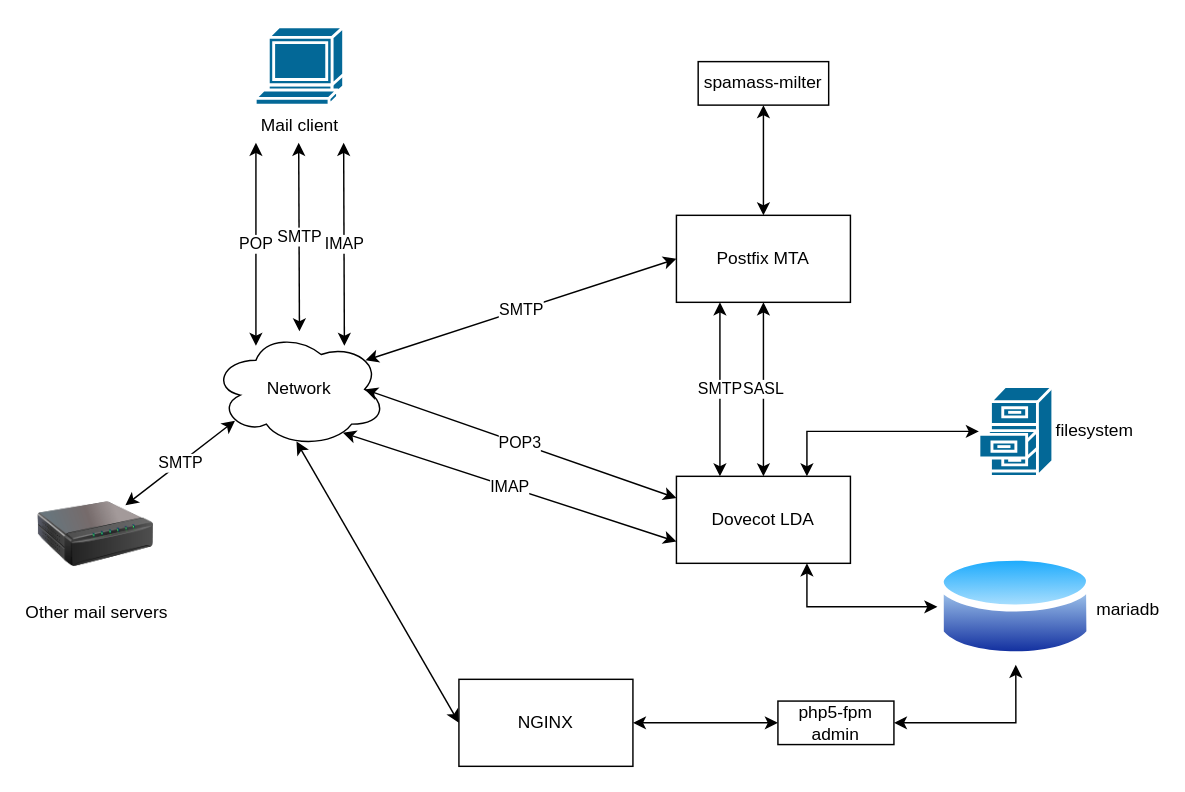
This is applications/emailsvr/email-detailed.drawio from jhu-information-security-institute/NwSec, a draw.io file, before an edit. Source tidied: cells renumbered, new cells numbered last; positions are measured from the earlier drawing's top-left corner, leaving out a move shared by most shapes. Both pictures are drawn from the tidied source at 145%, with x=0, y=0 at pixel (38, 26).
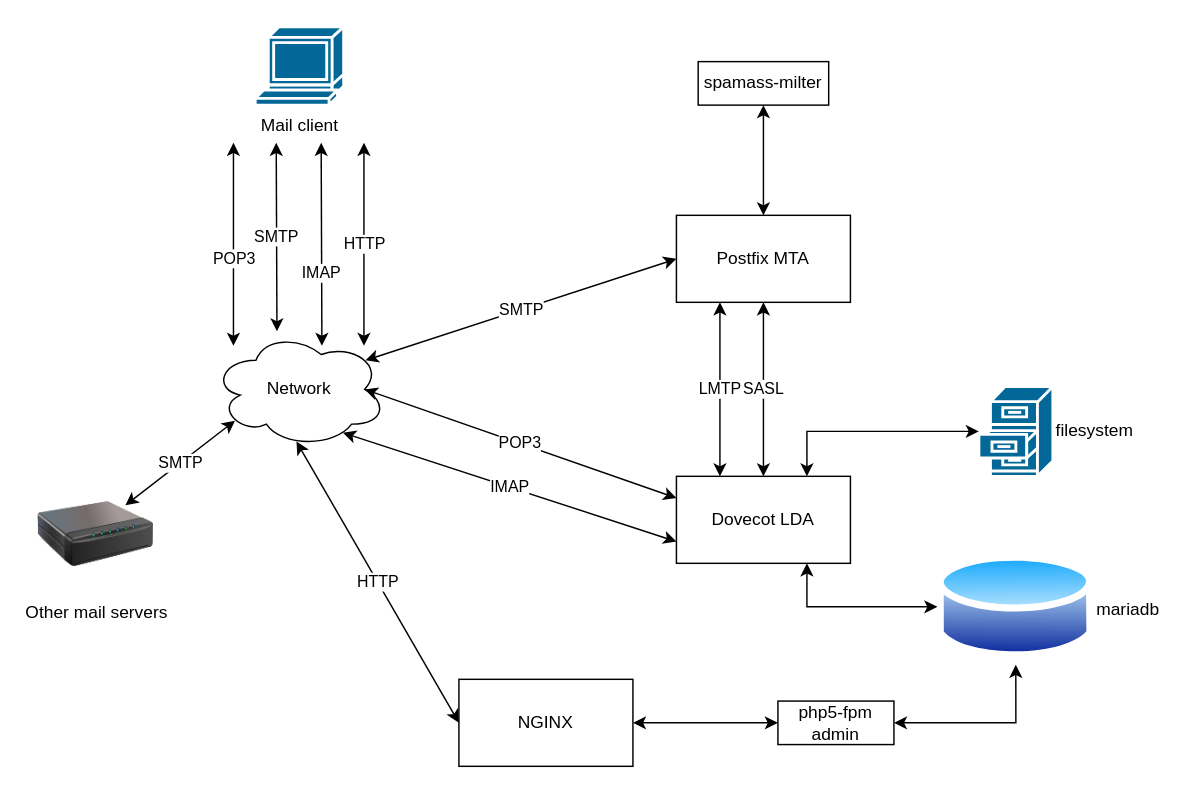
After the change.

Unchanged cells that the change refers to:
```xml
<mxCell id="2" value="Dovecot LDA" style="rounded=0;whiteSpace=wrap;html=1;" parent="1" vertex="1">
  <mxGeometry x="440" y="310" width="120" height="60" as="geometry" />
</mxCell>
<mxCell id="3" value="Postfix MTA" style="rounded=0;whiteSpace=wrap;html=1;" parent="1" vertex="1">
  <mxGeometry x="440" y="130" width="120" height="60" as="geometry" />
</mxCell>
<mxCell id="4" value="Network" style="ellipse;shape=cloud;whiteSpace=wrap;html=1;" parent="1" vertex="1">
  <mxGeometry x="120" y="210" width="120" height="80" as="geometry" />
</mxCell>
<mxCell id="16" value="NGINX" style="rounded=0;whiteSpace=wrap;html=1;" parent="1" vertex="1">
  <mxGeometry x="290" y="450" width="120" height="60" as="geometry" />
</mxCell>
```

Change to the diagram source:
```diff
@@
-    <mxCell id="9" value="SMTP" style="edgeStyle=none;rounded=0;jettySize=auto;html=1;entryX=0.25;entryY=1;entryDx=0;entryDy=0;startArrow=classic;startFill=1;exitX=0.25;exitY=0;exitDx=0;exitDy=0;" parent="1" edge="1" source="2" target="3">
+    <mxCell id="9" value="LMTP" style="edgeStyle=none;rounded=0;jettySize=auto;html=1;entryX=0.25;entryY=1;entryDx=0;entryDy=0;startArrow=classic;startFill=1;exitX=0.25;exitY=0;exitDx=0;exitDy=0;" parent="1" edge="1" source="2" target="3">
       <mxGeometry relative="1" as="geometry" />
     </mxCell>
@@
-    <mxCell id="12" value="POP" style="edgeStyle=none;rounded=0;orthogonalLoop=1;jettySize=auto;html=1;startArrow=classic;startFill=1;" parent="1" edge="1">
-      <mxGeometry relative="1" as="geometry">
-        <mxPoint x="150" y="80" as="sourcePoint" />
-        <mxPoint x="150" y="220" as="targetPoint" />
+    <mxCell id="12" value="POP3" style="edgeStyle=none;rounded=0;orthogonalLoop=1;jettySize=auto;html=1;startArrow=classic;startFill=1;" parent="1" edge="1">
+      <mxGeometry x="0.14" relative="1" as="geometry">
+        <mxPoint x="134.5" y="80" as="sourcePoint" />
+        <mxPoint x="134.5" y="220" as="targetPoint" />
       </mxGeometry>
     </mxCell>
     <mxCell id="13" value="SMTP" style="edgeStyle=none;rounded=0;orthogonalLoop=1;jettySize=auto;html=1;startArrow=classic;startFill=1;" parent="1" edge="1">
       <mxGeometry relative="1" as="geometry">
-        <mxPoint x="179.5" y="80" as="sourcePoint" />
-        <mxPoint x="180" y="210" as="targetPoint" />
+        <mxPoint x="164" y="80" as="sourcePoint" />
+        <mxPoint x="164.5" y="210" as="targetPoint" />
       </mxGeometry>
     </mxCell>
     <mxCell id="14" value="IMAP" style="edgeStyle=none;rounded=0;orthogonalLoop=1;jettySize=auto;html=1;startArrow=classic;startFill=1;" parent="1" edge="1">
-      <mxGeometry relative="1" as="geometry">
-        <mxPoint x="210.5" y="80" as="sourcePoint" />
-        <mxPoint x="211" y="220" as="targetPoint" />
+      <mxGeometry x="0.29" relative="1" as="geometry">
+        <mxPoint x="195" y="80" as="sourcePoint" />
+        <mxPoint x="195.5" y="220" as="targetPoint" />
       </mxGeometry>
     </mxCell>
@@
-    <mxCell id="21" style="edgeStyle=none;rounded=0;jettySize=auto;html=1;exitX=0;exitY=0.5;exitDx=0;exitDy=0;entryX=0.483;entryY=0.95;entryDx=0;entryDy=0;entryPerimeter=0;startArrow=classic;startFill=1;" parent="1" edge="1" source="16" target="4">
+    <mxCell id="21" value="HTTP" style="edgeStyle=none;rounded=0;jettySize=auto;html=1;exitX=0;exitY=0.5;exitDx=0;exitDy=0;entryX=0.483;entryY=0.95;entryDx=0;entryDy=0;entryPerimeter=0;startArrow=classic;startFill=1;" parent="1" edge="1" source="16" target="4">
       <mxGeometry relative="1" as="geometry" />
     </mxCell>
@@
+    <mxCell id="27" value="HTTP" style="edgeStyle=none;rounded=0;orthogonalLoop=1;jettySize=auto;html=1;startArrow=classic;startFill=1;" parent="1" edge="1">
+      <mxGeometry relative="1" as="geometry">
+        <mxPoint x="224.5" y="80" as="sourcePoint" />
+        <mxPoint x="224.5" y="220" as="targetPoint" />
+      </mxGeometry>
+    </mxCell>
```
